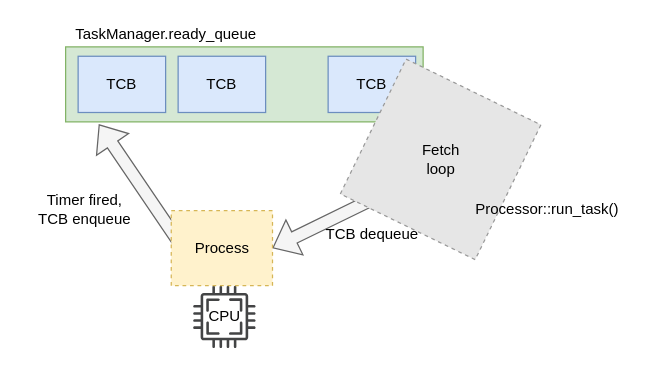
Earlier version of the draw.io diagram page "Page-1" (1 of 2) of rcore-process.drawio (justxuewei/draw.io). Source tidied: cells renumbered, new cells numbered last; positions are measured from the earlier drawing's top-left corner, leaving out a move shared by most shapes. Both pictures are drawn from the tidied source at 125%, with x=0, y=0 at pixel (28, 21). Pictures stored in the file or linked from it are replaced by grey dashed boxes.
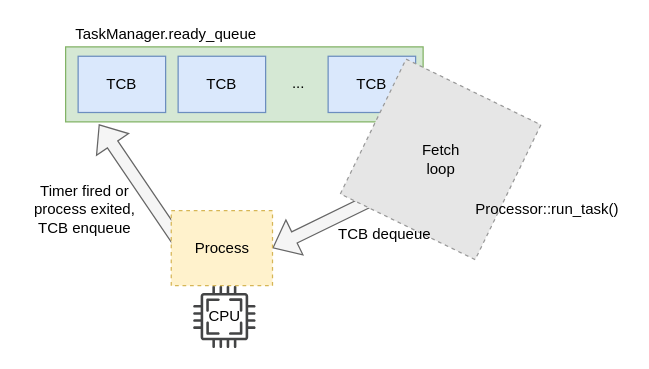
The same page after the edit.

Change to the diagram source:
```diff
@@
 <mxGraphModel>
   <root>
     <mxCell id="0" />
     <mxCell id="1" parent="0" />
+    <mxCell id="4" style="rounded=0;whiteSpace=wrap;html=1;fillColor=#d5e8d4;strokeColor=#82b366;" parent="1" vertex="1">
+      <mxGeometry x="30" y="20" width="286" height="60" as="geometry" />
+    </mxCell>
     <mxCell id="2" style="shape=flexArrow;endArrow=classic;html=1;rounded=0;fontColor=#007FFF;entryX=0.093;entryY=1.032;entryDx=0;entryDy=0;fillColor=#f5f5f5;strokeColor=#666666;exitX=0.191;exitY=0.65;exitDx=0;exitDy=0;entryPerimeter=0;exitPerimeter=0;" parent="1" edge="1" source="13" target="4">
       <mxGeometry relative="1" as="geometry" />
     </mxCell>
     <mxCell id="3" style="shape=flexArrow;endArrow=classic;html=1;rounded=0;fontColor=#007FFF;entryX=1;entryY=0.5;entryDx=0;entryDy=0;fillColor=#f5f5f5;strokeColor=#666666;" parent="1" edge="1" target="13">
       <mxGeometry relative="1" as="geometry">
         <mxPoint x="300" y="130" as="sourcePoint" />
       </mxGeometry>
     </mxCell>
-    <mxCell id="4" style="rounded=0;whiteSpace=wrap;html=1;fillColor=#d5e8d4;strokeColor=#82b366;" parent="1" vertex="1">
-      <mxGeometry x="30" y="20" width="286" height="60" as="geometry" />
-    </mxCell>
     <mxCell id="5" value="TCB" style="rounded=0;whiteSpace=wrap;html=1;fillColor=#dae8fc;strokeColor=#6c8ebf;" parent="1" vertex="1">
       <mxGeometry x="40" y="27.5" width="70" height="45" as="geometry" />
     </mxCell>
     <mxCell id="6" value="TCB" style="rounded=0;whiteSpace=wrap;html=1;fillColor=#dae8fc;strokeColor=#6c8ebf;" parent="1" vertex="1">
       <mxGeometry x="120" y="27.5" width="70" height="45" as="geometry" />
     </mxCell>
     <mxCell id="7" value="TCB" style="rounded=0;whiteSpace=wrap;html=1;fillColor=#dae8fc;strokeColor=#6c8ebf;" parent="1" vertex="1">
       <mxGeometry x="240" y="27.5" width="70" height="45" as="geometry" />
     </mxCell>
     <mxCell id="8" value="TaskManager.ready_queue" style="text;html=1;align=center;verticalAlign=middle;strokeColor=none;fillColor=none;" parent="1" vertex="1">
       <mxGeometry x="30" width="160" height="20" as="geometry" />
     </mxCell>
     <mxCell id="9" style="fillColor=#E6E6E6;strokeColor=#999999;dashed=1;verticalLabelPosition=bottom;labelBackgroundColor=default;verticalAlign=top;rotation=-154;" parent="1" vertex="1">
       <mxGeometry x="270" y="50" width="120" height="120" as="geometry" />
     </mxCell>
     <mxCell id="10" value="Fetch &lt;br&gt;loop" style="text;html=1;align=center;verticalAlign=middle;" parent="1" vertex="1">
       <mxGeometry x="305" y="95" width="50" height="30" as="geometry" />
     </mxCell>
     <mxCell id="11" value="Processor::run_task()" style="text;html=1;align=center;verticalAlign=middle;strokeColor=none;fillColor=none;" parent="1" vertex="1">
       <mxGeometry x="350" y="140" width="130" height="20" as="geometry" />
     </mxCell>
     <mxCell id="12" style="sketch=0;shadow=0;dashed=0;html=1;strokeColor=none;fillColor=#434445;labelPosition=center;verticalLabelPosition=bottom;verticalAlign=top;align=center;shape=mxgraph.vvd.cpu;fontColor=#007FFF;" parent="1" vertex="1">
       <mxGeometry x="132" y="211" width="50" height="50" as="geometry" />
     </mxCell>
     <mxCell id="13" value="Process" style="rounded=0;whiteSpace=wrap;html=1;strokeColor=#d6b656;strokeWidth=1;fillColor=#fff2cc;dashed=1;" parent="1" vertex="1">
       <mxGeometry x="114.5" y="151" width="81" height="60" as="geometry" />
     </mxCell>
     <mxCell id="14" value="&lt;font color=&quot;#000000&quot;&gt;CPU&lt;/font&gt;" style="text;html=1;align=center;verticalAlign=middle;strokeColor=none;fillColor=none;fontColor=#007FFF;" parent="1" vertex="1">
       <mxGeometry x="137" y="226" width="40" height="20" as="geometry" />
     </mxCell>
-    <mxCell id="15" value="Timer fired,&lt;br&gt;TCB enqueue" style="text;html=1;align=center;verticalAlign=middle;strokeColor=none;fillColor=none;fontColor=#000000;" parent="1" vertex="1">
-      <mxGeometry y="135" width="90" height="30" as="geometry" />
+    <mxCell id="15" value="Timer fired or &lt;br&gt;process exited,&lt;br&gt;TCB enqueue" style="text;html=1;align=center;verticalAlign=middle;strokeColor=none;fillColor=none;fontColor=#000000;" parent="1" vertex="1">
+      <mxGeometry x="-5" y="125" width="100" height="50" as="geometry" />
     </mxCell>
     <mxCell id="16" value="TCB dequeue" style="text;html=1;align=center;verticalAlign=middle;strokeColor=none;fillColor=none;fontColor=#000000;" parent="1" vertex="1">
-      <mxGeometry x="230" y="160" width="90" height="20" as="geometry" />
+      <mxGeometry x="240" y="160" width="90" height="20" as="geometry" />
     </mxCell>
+    <mxCell id="17" value="..." style="text;html=1;align=center;verticalAlign=middle;strokeColor=none;fillColor=none;fontColor=#000000;" parent="1" vertex="1">
+      <mxGeometry x="200.5" y="39" width="30" height="20" as="geometry" />
+    </mxCell>
   </root>
 </mxGraphModel>
```
